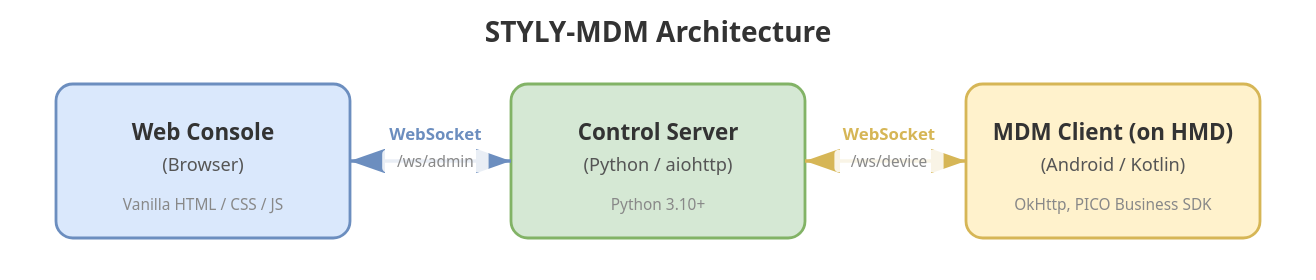
Earlier version of the draw.io export docs/architecture.drawio.svg (styly-dev/STYLY-MDM). Source tidied: cells renumbered, new cells last; positions are measured from the earlier drawing's top-left corner, leaving out a move shared by most shapes. The source it was exported from:
```xml
<mxGraphModel>
  <root>
    <mxCell id="0" />
    <mxCell id="1" parent="0" />
    <mxCell id="2" style="rounded=1;whiteSpace=wrap;html=1;fillColor=#dae8fc;strokeColor=#6c8ebf;arcSize=10;" parent="1" vertex="1">
      <mxGeometry y="60" width="200" height="100" as="geometry" />
    </mxCell>
    <mxCell id="3" value="&lt;b&gt;Web Console&lt;/b&gt;&lt;br&gt;(Browser)" style="text;html=1;align=center;verticalAlign=middle;" parent="1" vertex="1">
      <mxGeometry x="55" y="85" width="90" height="50" as="geometry" />
    </mxCell>
    <mxCell id="4" value="Vanilla HTML / CSS / JS" style="text;html=1;align=center;verticalAlign=middle;fontColor=#666666;fontSize=10;" parent="1" vertex="1">
      <mxGeometry x="20" y="135" width="160" height="20" as="geometry" />
    </mxCell>
    <mxCell id="5" style="rounded=1;whiteSpace=wrap;html=1;fillColor=#d5e8d4;strokeColor=#82b366;arcSize=10;" parent="1" vertex="1">
      <mxGeometry x="320" y="60" width="220" height="100" as="geometry" />
    </mxCell>
    <mxCell id="6" value="&lt;b&gt;Control Server&lt;/b&gt;&lt;br&gt;(Python / aiohttp)" style="text;html=1;align=center;verticalAlign=middle;" parent="1" vertex="1">
      <mxGeometry x="365" y="85" width="130" height="50" as="geometry" />
    </mxCell>
    <mxCell id="7" value="Python 3.10+" style="text;html=1;align=center;verticalAlign=middle;fontColor=#666666;fontSize=10;" parent="1" vertex="1">
      <mxGeometry x="370" y="135" width="120" height="20" as="geometry" />
    </mxCell>
    <mxCell id="8" style="rounded=1;whiteSpace=wrap;html=1;fillColor=#fff2cc;strokeColor=#d6b656;arcSize=10;" parent="1" vertex="1">
      <mxGeometry x="660" y="60" width="200" height="100" as="geometry" />
    </mxCell>
    <mxCell id="9" value="&lt;b&gt;MDM Client (on HMD)&lt;/b&gt;&lt;br&gt;(Android / Kotlin)" style="text;html=1;align=center;verticalAlign=middle;" parent="1" vertex="1">
      <mxGeometry x="700" y="85" width="120" height="50" as="geometry" />
    </mxCell>
    <mxCell id="10" value="OkHttp, PICO Business SDK" style="text;html=1;align=center;verticalAlign=middle;fontColor=#666666;fontSize=10;" parent="1" vertex="1">
      <mxGeometry x="680" y="135" width="160" height="20" as="geometry" />
    </mxCell>
    <mxCell id="11" style="edgeStyle=orthogonalEdgeStyle;rounded=0;jettySize=auto;containsPoints=1;endArrow=block;endFill=1;startArrow=block;startFill=1;strokeWidth=2;strokeColor=#6c8ebf;" parent="1" edge="1" source="2" target="5">
      <mxGeometry relative="1" as="geometry" />
    </mxCell>
    <mxCell id="12" value="WebSocket&lt;br&gt;&lt;font style=&quot;font-size:10px&quot;&gt;/ws/admin&lt;/font&gt;" style="edgeLabel;html=1;align=center;verticalAlign=middle;" parent="11" vertex="1">
      <mxGeometry x="-0.1" relative="1" as="geometry" />
    </mxCell>
    <mxCell id="13" style="edgeStyle=orthogonalEdgeStyle;rounded=0;jettySize=auto;containsPoints=1;endArrow=block;endFill=1;startArrow=block;startFill=1;strokeWidth=2;strokeColor=#d6b656;" parent="1" edge="1" source="5" target="8">
      <mxGeometry relative="1" as="geometry" />
    </mxCell>
    <mxCell id="14" value="WebSocket&lt;br&gt;&lt;font style=&quot;font-size:10px&quot;&gt;/ws/device&lt;/font&gt;" style="edgeLabel;html=1;align=center;verticalAlign=middle;" parent="13" vertex="1">
      <mxGeometry x="-0.1" relative="1" as="geometry" />
    </mxCell>
    <mxCell id="15" value="&lt;font style=&quot;font-size:16px&quot;&gt;&lt;b&gt;STYLY-MDM Architecture&lt;/b&gt;&lt;/font&gt;" style="text;html=1;align=center;verticalAlign=middle;" parent="1" vertex="1">
      <mxGeometry x="310" width="240" height="40" as="geometry" />
    </mxCell>
  </root>
</mxGraphModel>
```
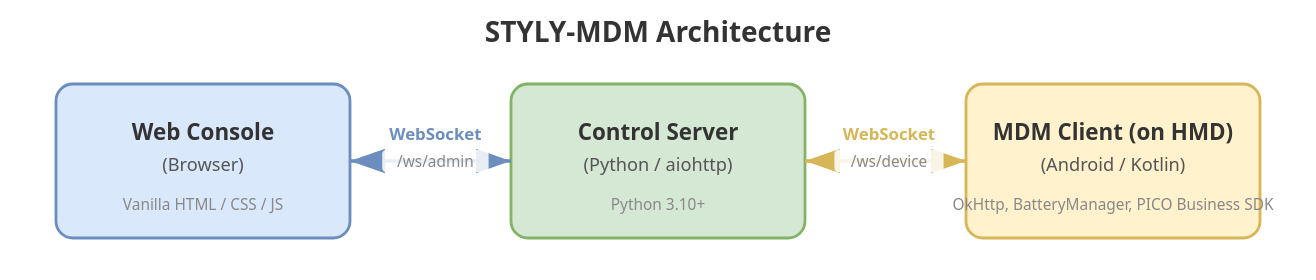
The same diagram one commit later.

The edit, as a diff of the source:
```diff
@@ -26,8 +26,8 @@
     <mxCell id="9" value="&lt;b&gt;MDM Client (on HMD)&lt;/b&gt;&lt;br&gt;(Android / Kotlin)" style="text;html=1;align=center;verticalAlign=middle;" parent="1" vertex="1">
       <mxGeometry x="700" y="85" width="120" height="50" as="geometry" />
     </mxCell>
-    <mxCell id="10" value="OkHttp, PICO Business SDK" style="text;html=1;align=center;verticalAlign=middle;fontColor=#666666;fontSize=10;" parent="1" vertex="1">
-      <mxGeometry x="680" y="135" width="160" height="20" as="geometry" />
+    <mxCell id="10" value="OkHttp, BatteryManager, PICO Business SDK" style="text;html=1;align=center;verticalAlign=middle;fontColor=#666666;fontSize=10;" parent="1" vertex="1">
+      <mxGeometry x="665" y="135" width="190" height="20" as="geometry" />
     </mxCell>
     <mxCell id="11" style="edgeStyle=orthogonalEdgeStyle;rounded=0;jettySize=auto;containsPoints=1;endArrow=block;endFill=1;startArrow=block;startFill=1;strokeWidth=2;strokeColor=#6c8ebf;" parent="1" edge="1" source="2" target="5">
       <mxGeometry relative="1" as="geometry" />
```
